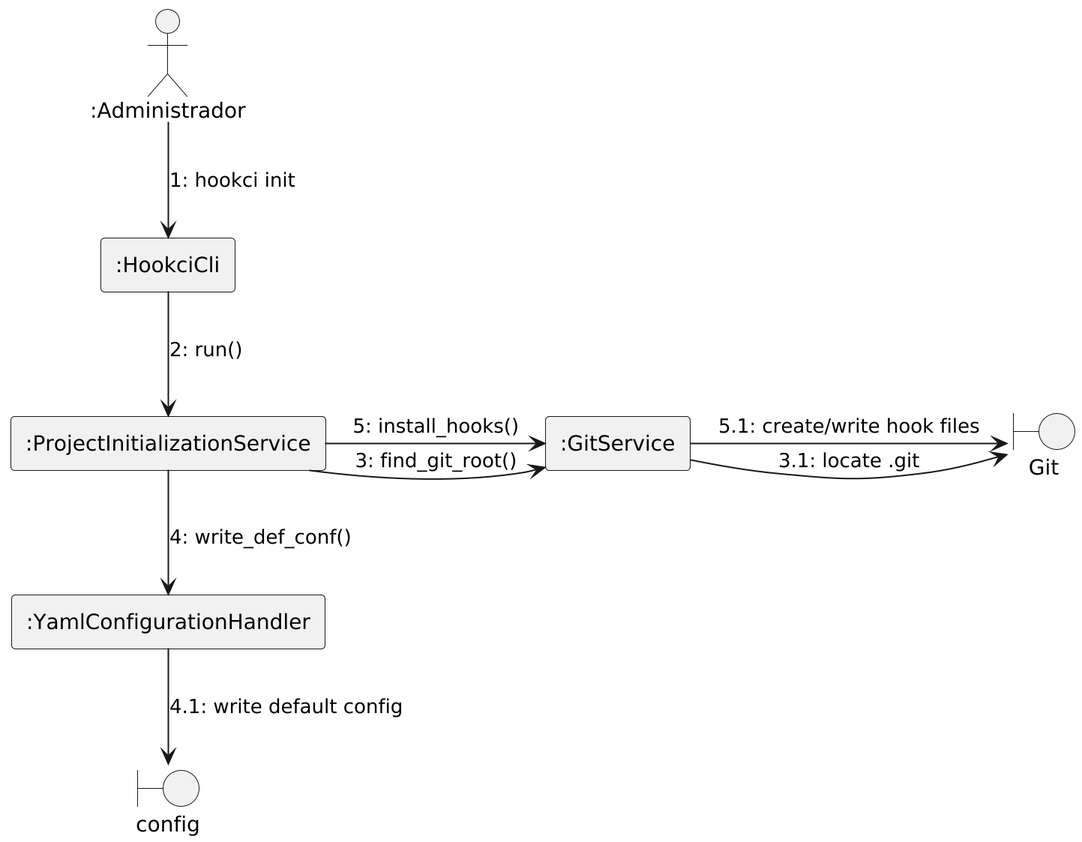
The PlantUML diagram Artefatos/diagrams/communication/init.png in h3nc4/tmp, before a commit.
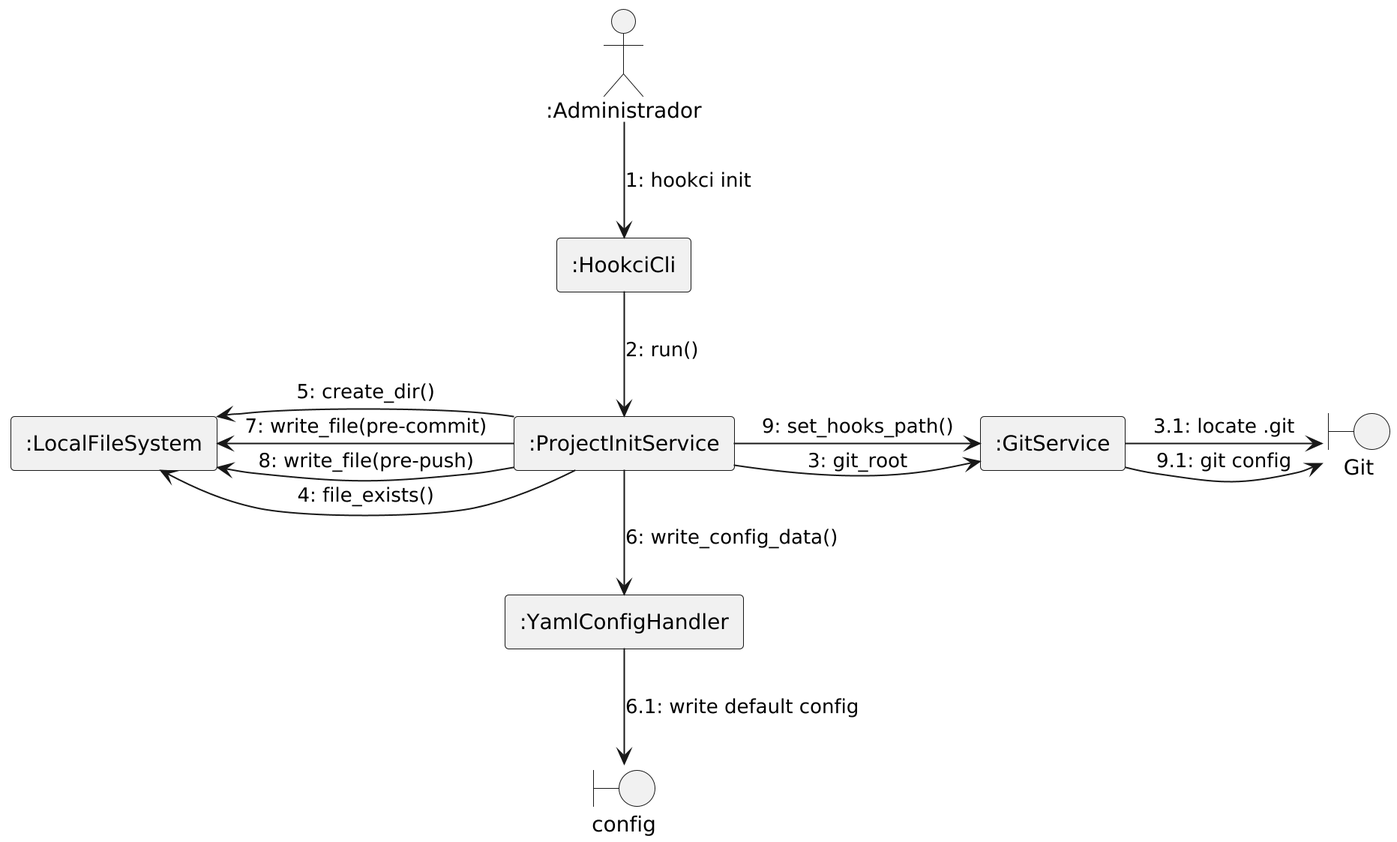
After the commit.

Change to the diagram source:
```diff
@@ -5,18 +5,23 @@
 
 actor ":Administrador" as Admin
 rectangle ":HookciCli" as CLI
-rectangle ":ProjectInitializationService" as App
+rectangle ":ProjectInitService" as App
 rectangle ":GitService" as GitSvc
-rectangle ":YamlConfigurationHandler" as CfgHandler
+rectangle ":YamlConfigHandler" as CfgHandler
+rectangle ":LocalFileSystem" as FS
 boundary "Git" as GitSystem
 boundary "config" as ConfigFile
 
 Admin -down-> CLI: 1: hookci init
 CLI -down-> App: 2: run()
-App -right-> GitSvc: 3: find_git_root()
+App -right-> GitSvc: 3: git_root
 GitSvc -right-> GitSystem: 3.1: locate .git
-App -down-> CfgHandler: 4: write_def_conf()
-CfgHandler -down-> ConfigFile: 4.1: write default config
-App -right-> GitSvc: 5: install_hooks()
-GitSvc -right-> GitSystem: 5.1: create/write hook files
+App -left-> FS: 4: file_exists()
+App -left-> FS: 5: create_dir()
+App -down-> CfgHandler: 6: write_config_data()
+CfgHandler -down-> ConfigFile: 6.1: write default config
+App -left-> FS: 7: write_file(pre-commit)
+App -left-> FS: 8: write_file(pre-push)
+App -right-> GitSvc: 9: set_hooks_path()
+GitSvc -right-> GitSystem: 9.1: git config
 @enduml
```
